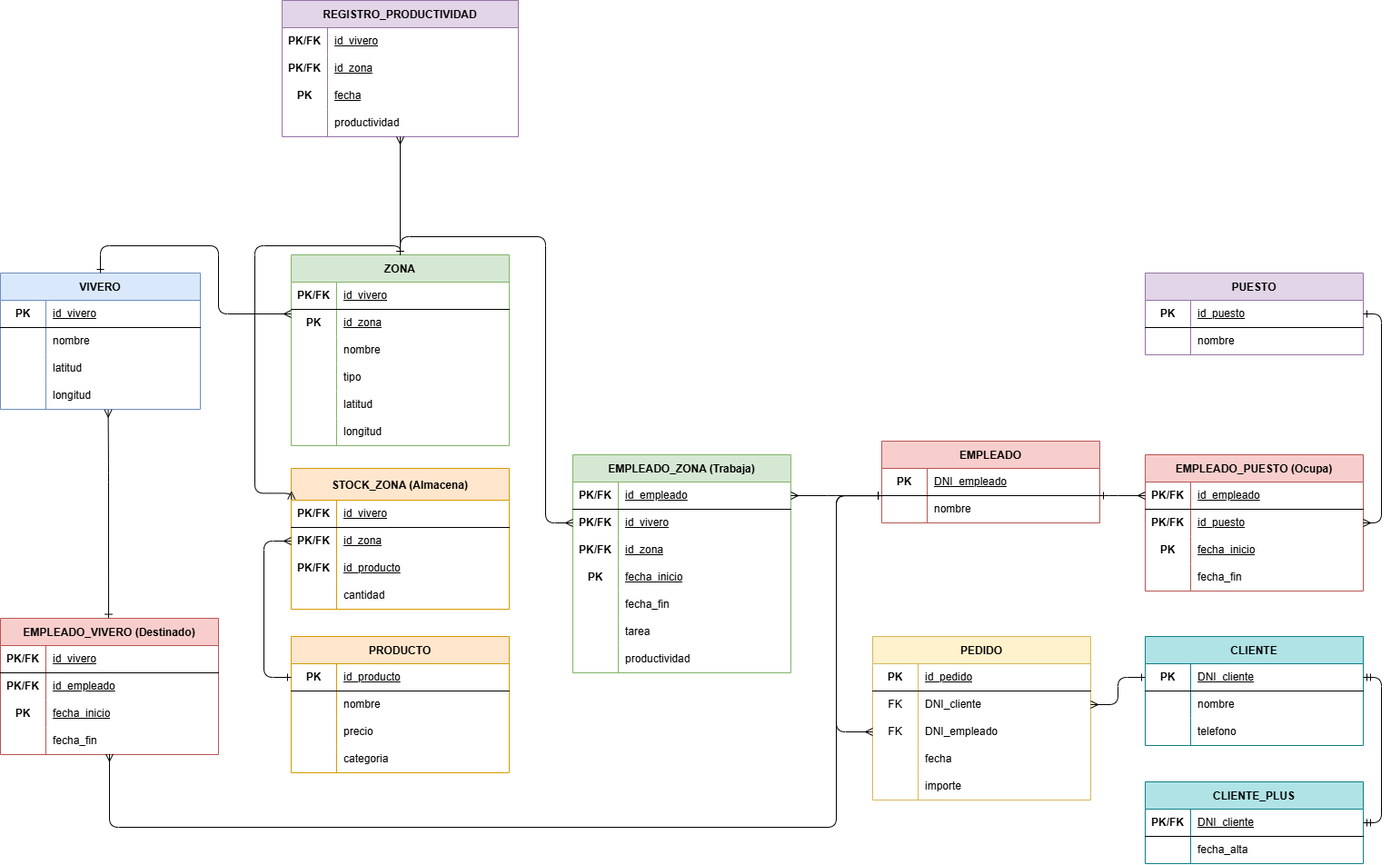
This is Modelo relacional.png from alu0101539669/Modelo-relacional.-Viveros, a draw.io export, as it was before one commit. Source tidied: cells renumbered, new cells last; positions are measured from the earlier drawing's top-left corner, leaving out a move shared by most shapes.
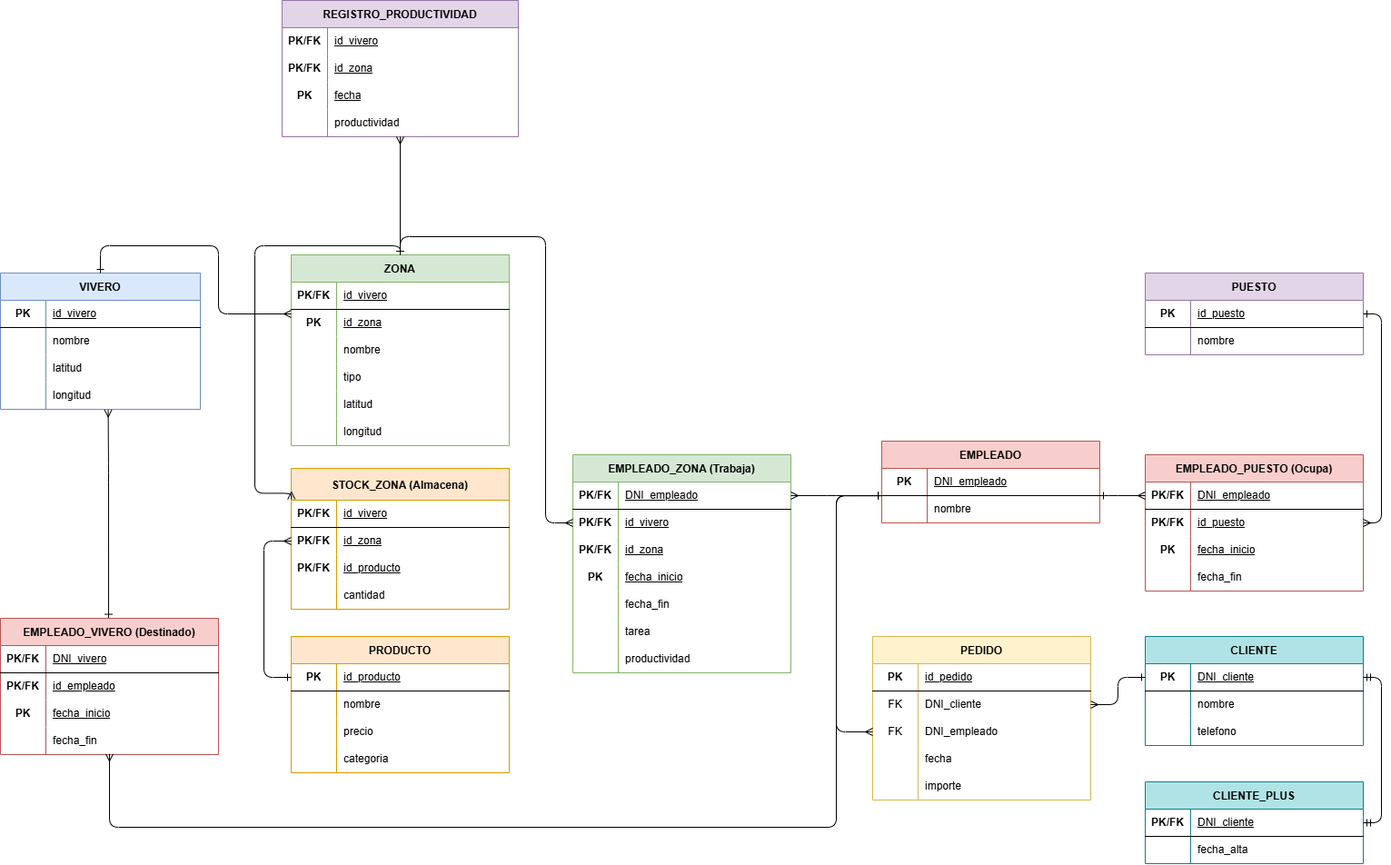
The same file after the commit.

What changed in the source:
```diff
@@ -295,7 +295,7 @@
     <mxCell id="93" value="PK/FK" style="shape=partialRectangle;fillColor=none;top=0;left=0;bottom=0;right=0;fontStyle=1;overflow=hidden;whiteSpace=wrap;html=1;" parent="92" vertex="1">
       <mxGeometry width="50" height="30" as="geometry" />
     </mxCell>
-    <mxCell id="94" value="id_empleado" style="shape=partialRectangle;fillColor=none;top=0;left=0;bottom=0;right=0;align=left;spacingLeft=6;fontStyle=4;overflow=hidden;whiteSpace=wrap;html=1;" parent="92" vertex="1">
+    <mxCell id="94" value="DNI_empleado" style="shape=partialRectangle;fillColor=none;top=0;left=0;bottom=0;right=0;align=left;spacingLeft=6;fontStyle=4;overflow=hidden;whiteSpace=wrap;html=1;" parent="92" vertex="1">
       <mxGeometry x="50" width="190" height="30" as="geometry" />
     </mxCell>
     <mxCell id="95" style="shape=tableRow;horizontal=0;startSize=0;swimlaneHead=0;swimlaneBody=0;fillColor=none;points=[[0,0.5],[1,0.5]];portConstraint=eastwest;top=0;left=0;right=0;bottom=0;" parent="91" vertex="1">
@@ -350,7 +350,7 @@
     <mxCell id="108" value="PK/FK" style="shape=partialRectangle;fillColor=none;top=0;left=0;bottom=0;right=0;fontStyle=1;overflow=hidden;whiteSpace=wrap;html=1;" parent="107" vertex="1">
       <mxGeometry width="50" height="30" as="geometry" />
     </mxCell>
-    <mxCell id="109" value="id_empleado" style="shape=partialRectangle;fillColor=none;top=0;left=0;bottom=0;right=0;align=left;spacingLeft=6;fontStyle=4;overflow=hidden;whiteSpace=wrap;html=1;" parent="107" vertex="1">
+    <mxCell id="109" value="DNI_empleado" style="shape=partialRectangle;fillColor=none;top=0;left=0;bottom=0;right=0;align=left;spacingLeft=6;fontStyle=4;overflow=hidden;whiteSpace=wrap;html=1;" parent="107" vertex="1">
       <mxGeometry x="50" width="190" height="30" as="geometry" />
     </mxCell>
     <mxCell id="110" style="shape=tableRow;horizontal=0;startSize=0;swimlaneHead=0;swimlaneBody=0;fillColor=none;points=[[0,0.5],[1,0.5]];portConstraint=eastwest;top=0;left=0;right=0;bottom=0;" parent="106" vertex="1">
@@ -556,7 +556,7 @@
     <mxCell id="168" value="PK/FK" style="shape=partialRectangle;fillColor=none;top=0;left=0;bottom=0;right=0;fontStyle=1;overflow=hidden;whiteSpace=wrap;html=1;" parent="167" vertex="1">
       <mxGeometry width="50" height="30" as="geometry" />
     </mxCell>
-    <mxCell id="169" value="id_vivero" style="shape=partialRectangle;fillColor=none;top=0;left=0;bottom=0;right=0;align=left;spacingLeft=6;fontStyle=4;overflow=hidden;whiteSpace=wrap;html=1;" parent="167" vertex="1">
+    <mxCell id="169" value="DNI_vivero" style="shape=partialRectangle;fillColor=none;top=0;left=0;bottom=0;right=0;align=left;spacingLeft=6;fontStyle=4;overflow=hidden;whiteSpace=wrap;html=1;" parent="167" vertex="1">
       <mxGeometry x="50" width="190" height="30" as="geometry" />
     </mxCell>
     <mxCell id="170" style="shape=tableRow;horizontal=0;startSize=0;swimlaneHead=0;swimlaneBody=0;fillColor=none;top=0;left=0;right=0;bottom=0;" parent="166" vertex="1">
```
